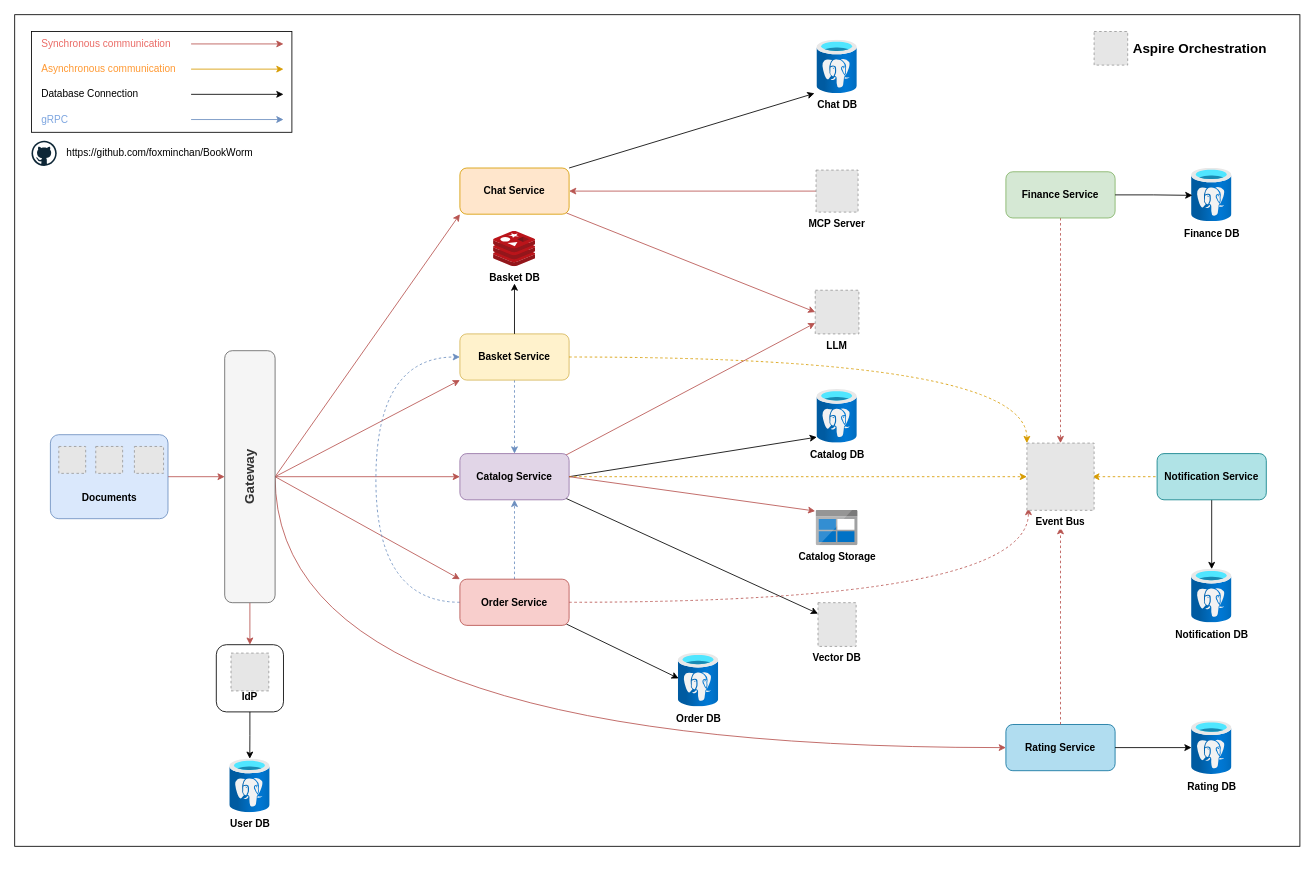
Earlier version of the draw.io diagram assets/BookWorm.drawio (foxminchan/BookWorm). Source tidied: cells renumbered, new cells numbered last; positions are measured from the earlier drawing's top-left corner, leaving out a move shared by most shapes. Both pictures are drawn from the tidied source at 84%, with x=0, y=0 at pixel (14, 14). Pictures stored in the file or linked from it are replaced by grey dashed boxes.
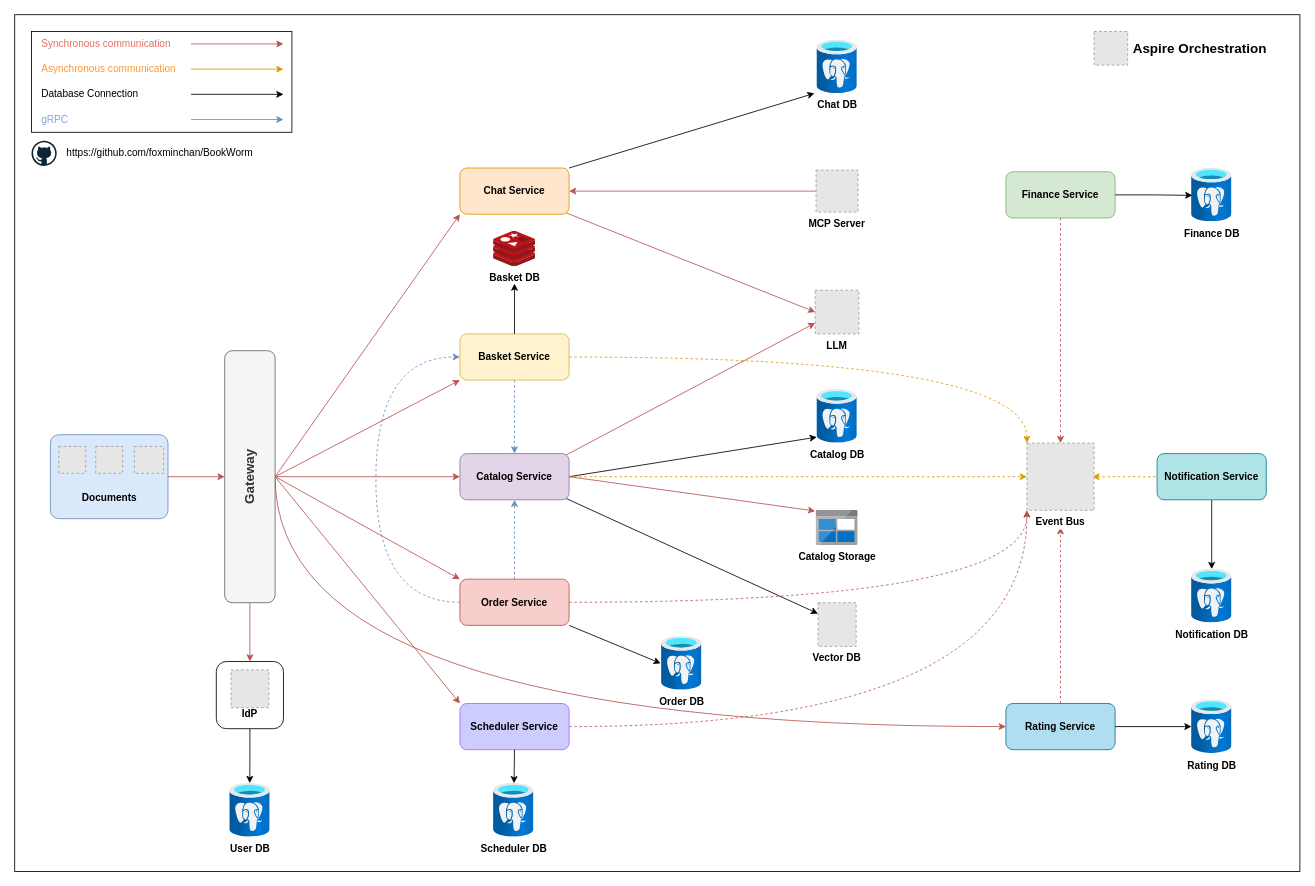
The same page after the edit.

The change refers to these unchanged cells:
```xml
<mxCell id="9" value="&lt;font style=&quot;font-size: 16px;&quot;&gt;Gateway&lt;/font&gt;" style="rounded=1;whiteSpace=wrap;html=1;fontStyle=1;textDirection=vertical-rl;rotation=-180;fillColor=#f5f5f5;strokeColor=#666666;fontColor=#333333;" parent="1" vertex="1">
  <mxGeometry x="250" y="400" width="60" height="300" as="geometry" />
</mxCell>
<mxCell id="47" value="Chat Service" style="rounded=1;whiteSpace=wrap;html=1;fontStyle=1;fillColor=#ffe6cc;strokeColor=#d79b00;" parent="1" vertex="1">
  <mxGeometry x="530" y="182.5" width="130" height="55" as="geometry" />
</mxCell>
<mxCell id="51" value="Order Service" style="rounded=1;whiteSpace=wrap;html=1;fontStyle=1;fillColor=#f8cecc;strokeColor=#b85450;" parent="1" vertex="1">
  <mxGeometry x="530" y="672" width="130" height="55" as="geometry" />
</mxCell>
<mxCell id="70" value="Event Bus" style="fillColor=#E6E6E6;strokeColor=#999999;dashed=1;verticalLabelPosition=bottom;labelBackgroundColor=default;verticalAlign=top;fontStyle=1;" parent="1" vertex="1">
  <mxGeometry x="1205" y="510" width="80" height="80" as="geometry" />
</mxCell>
```

Change to the diagram source:
```diff
@@
     <mxCell id="2" style="rounded=0;whiteSpace=wrap;html=1;" parent="1" vertex="1">
-      <mxGeometry width="1530" height="990" as="geometry" />
+      <mxGeometry width="1530" height="1020" as="geometry" />
     </mxCell>
@@
+    <mxCell id="8" style="rounded=0;jettySize=auto;html=1;exitX=0;exitY=0.5;exitDx=0;exitDy=0;entryX=0;entryY=1;entryDx=0;entryDy=0;fillColor=#f8cecc;strokeColor=#b85450;" parent="1" edge="1" source="9" target="47">
+      <mxGeometry relative="1" as="geometry" />
+    </mxCell>
+    <mxCell id="77" style="rounded=0;jettySize=auto;html=1;exitX=0;exitY=0.5;exitDx=0;exitDy=0;entryX=0;entryY=0;entryDx=0;entryDy=0;strokeColor=#B85450;" parent="1" edge="1" source="9" target="79">
+      <mxGeometry relative="1" as="geometry" />
+    </mxCell>
-    <mxCell id="7" style="edgeStyle=orthogonalEdgeStyle;rounded=0;jettySize=auto;html=1;exitX=0;exitY=0.5;exitDx=0;exitDy=0;entryX=0;entryY=0.5;entryDx=0;entryDy=0;curved=1;fillColor=#f8cecc;strokeColor=#b85450;" parent="1" edge="1" source="9" target="29">
+    <mxCell id="7" style="edgeStyle=orthogonalEdgeStyle;rounded=0;jettySize=auto;html=1;exitX=0;exitY=0.5;exitDx=0;exitDy=0;entryX=0;entryY=0.5;entryDx=0;entryDy=0;curved=1;strokeColor=#B85450;" parent="1" edge="1" source="9" target="29">
       <mxGeometry relative="1" as="geometry">
         <Array as="points">
-          <mxPoint x="310" y="873" />
+          <mxPoint x="310" y="848" />
         </Array>
       </mxGeometry>
     </mxCell>
-    <mxCell id="8" style="rounded=0;jettySize=auto;html=1;exitX=0;exitY=0.5;exitDx=0;exitDy=0;entryX=0;entryY=1;entryDx=0;entryDy=0;fillColor=#f8cecc;strokeColor=#b85450;" parent="1" edge="1" source="9" target="47">
-      <mxGeometry relative="1" as="geometry" />
-    </mxCell>
@@
-    <mxCell id="16" value="&lt;div&gt;&lt;b&gt;&lt;br&gt;&lt;/b&gt;&lt;/div&gt;&lt;b&gt;&lt;div&gt;&lt;b&gt;&lt;br&gt;&lt;/b&gt;&lt;/div&gt;&lt;div&gt;&lt;b&gt;&lt;br&gt;&lt;/b&gt;&lt;/div&gt;IdP&lt;/b&gt;" style="rounded=1;whiteSpace=wrap;html=1;" parent="1" vertex="1">
-      <mxGeometry x="240" y="750" width="80" height="80" as="geometry" />
-    </mxCell>
-    <mxCell id="17" style="fillColor=#E6E6E6;strokeColor=#999999;dashed=1;verticalLabelPosition=bottom;labelBackgroundColor=default;verticalAlign=top;" parent="1" vertex="1">
-      <mxGeometry x="257.5" y="760" width="45" height="45" as="geometry" />
-    </mxCell>
@@
     <mxCell id="22" value="Order DB" style="image;html=1;points=[];align=center;fontSize=12;image=img/lib/azure2/databases/Azure_Database_PostgreSQL_Server.svg;fontStyle=1;" parent="1" vertex="1">
-      <mxGeometry x="790" y="760" width="48" height="64" as="geometry" />
+      <mxGeometry x="770" y="740" width="48" height="64" as="geometry" />
     </mxCell>
-    <mxCell id="23" style="rounded=0;jettySize=auto;html=1;exitX=0.975;exitY=0.971;exitDx=0;exitDy=0;entryX=0.009;entryY=0.471;entryDx=0;entryDy=0;entryPerimeter=0;exitPerimeter=0;" parent="1" edge="1" source="51" target="22">
+    <mxCell id="23" style="rounded=0;jettySize=auto;html=1;exitX=1;exitY=1;exitDx=0;exitDy=0;entryX=-0.019;entryY=0.503;entryDx=0;entryDy=0;entryPerimeter=0;" parent="1" edge="1" source="51" target="22">
       <mxGeometry relative="1" as="geometry" />
     </mxCell>
@@
-    <mxCell id="26" style="rounded=0;jettySize=auto;html=1;exitX=1;exitY=0.5;exitDx=0;exitDy=0;fillColor=#f8cecc;strokeColor=#b85450;dashed=1;edgeStyle=orthogonalEdgeStyle;curved=1;entryX=0.023;entryY=0.965;entryDx=0;entryDy=0;entryPerimeter=0;" parent="1" edge="1" source="51" target="70">
+    <mxCell id="26" style="rounded=0;jettySize=auto;html=1;exitX=1;exitY=0.5;exitDx=0;exitDy=0;fillColor=#f8cecc;strokeColor=#b85450;dashed=1;edgeStyle=orthogonalEdgeStyle;curved=1;entryX=0;entryY=1;entryDx=0;entryDy=0;endArrow=classic;endFill=1;" parent="1" edge="1" source="51" target="70">
       <mxGeometry relative="1" as="geometry" />
     </mxCell>
@@
     <mxCell id="29" value="Rating Service" style="rounded=1;whiteSpace=wrap;html=1;fontStyle=1;fillColor=#b1ddf0;strokeColor=#10739e;" parent="1" vertex="1">
-      <mxGeometry x="1180" y="845" width="130" height="55" as="geometry" />
+      <mxGeometry x="1180" y="820" width="130" height="55" as="geometry" />
     </mxCell>
@@
     <mxCell id="44" value="Rating DB" style="image;html=1;points=[];align=center;fontSize=12;image=img/lib/azure2/databases/Azure_Database_PostgreSQL_Server.svg;fontStyle=1;" parent="1" vertex="1">
-      <mxGeometry x="1401" y="840.5" width="48" height="64" as="geometry" />
+      <mxGeometry x="1401" y="815.5" width="48" height="64" as="geometry" />
     </mxCell>
@@
     <mxCell id="71" value="User DB" style="image;html=1;points=[];align=center;fontSize=12;image=img/lib/azure2/databases/Azure_Database_PostgreSQL_Server.svg;fontStyle=1;" parent="1" vertex="1">
-      <mxGeometry x="256" y="886" width="48" height="64" as="geometry" />
+      <mxGeometry x="256" y="915" width="48" height="64" as="geometry" />
     </mxCell>
@@
+    <mxCell id="78" style="edgeStyle=orthogonalEdgeStyle;rounded=0;jettySize=auto;html=1;exitX=1;exitY=0.5;exitDx=0;exitDy=0;curved=1;dashed=1;endArrow=classic;endFill=1;strokeColor=#B85450;" parent="1" edge="1" source="79">
+      <mxGeometry relative="1" as="geometry">
+        <mxPoint x="1205" y="590" as="targetPoint" />
+      </mxGeometry>
+    </mxCell>
+    <mxCell id="79" value="Scheduler Service" style="rounded=1;whiteSpace=wrap;html=1;fontStyle=1;fillColor=#CCCCFF;strokeColor=#B266FF;fontColor=#000000;" parent="1" vertex="1">
+      <mxGeometry x="530" y="820" width="130" height="55" as="geometry" />
+    </mxCell>
+    <mxCell id="80" value="Scheduler DB" style="image;html=1;points=[];align=center;fontSize=12;image=img/lib/azure2/databases/Azure_Database_PostgreSQL_Server.svg;fontStyle=1;" parent="1" vertex="1">
+      <mxGeometry x="570" y="915" width="48" height="64" as="geometry" />
+    </mxCell>
+    <mxCell id="81" style="rounded=0;jettySize=auto;html=1;exitX=0.5;exitY=1;exitDx=0;exitDy=0;" parent="1" edge="1" source="79" target="80">
+      <mxGeometry relative="1" as="geometry" />
+    </mxCell>
+    <mxCell id="82" style="group;" parent="1" vertex="1">
+      <mxGeometry x="240" y="770" width="80" height="80" as="geometry" />
+    </mxCell>
+    <mxCell id="16" value="&lt;div&gt;&lt;b&gt;&lt;br&gt;&lt;/b&gt;&lt;/div&gt;&lt;b&gt;&lt;div&gt;&lt;b&gt;&lt;br&gt;&lt;/b&gt;&lt;/div&gt;&lt;div&gt;&lt;b&gt;&lt;br&gt;&lt;/b&gt;&lt;/div&gt;IdP&lt;/b&gt;" style="rounded=1;whiteSpace=wrap;html=1;" parent="82" vertex="1">
+      <mxGeometry width="80" height="80" as="geometry" />
+    </mxCell>
+    <mxCell id="17" style="fillColor=#E6E6E6;strokeColor=#999999;dashed=1;verticalLabelPosition=bottom;labelBackgroundColor=default;verticalAlign=top;" parent="82" vertex="1">
+      <mxGeometry x="17.5" y="10" width="45" height="45" as="geometry" />
+    </mxCell>
```
